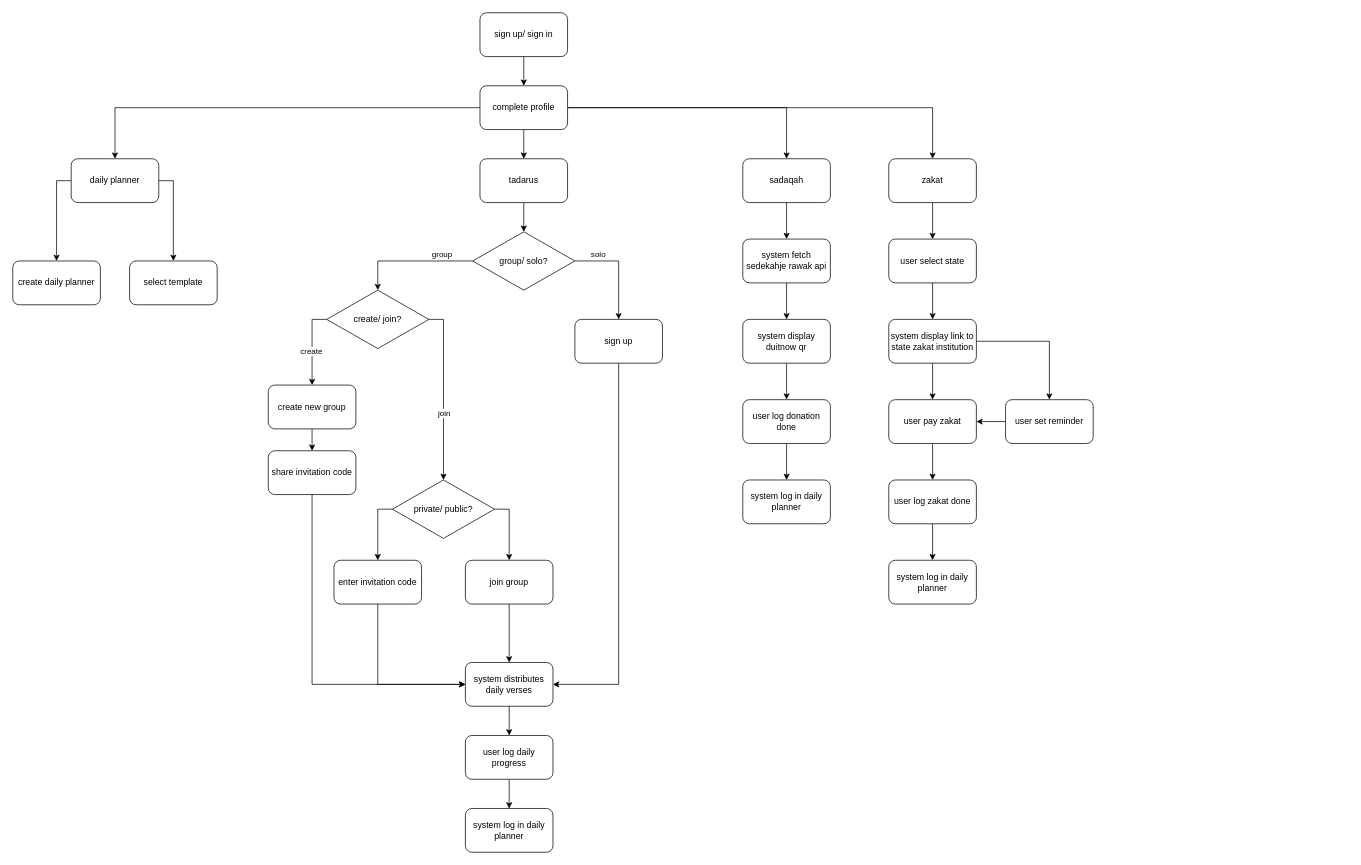
Above: sedekahje-flowchart.drawio in khrnchn/tadarus (draw.io), before the change. Source tidied: cells renumbered, new cells numbered last; positions are measured from the earlier drawing's top-left corner, leaving out a move shared by most shapes. Both pictures are drawn from the tidied source at 73%, with x=0, y=0 at pixel (12, 12).
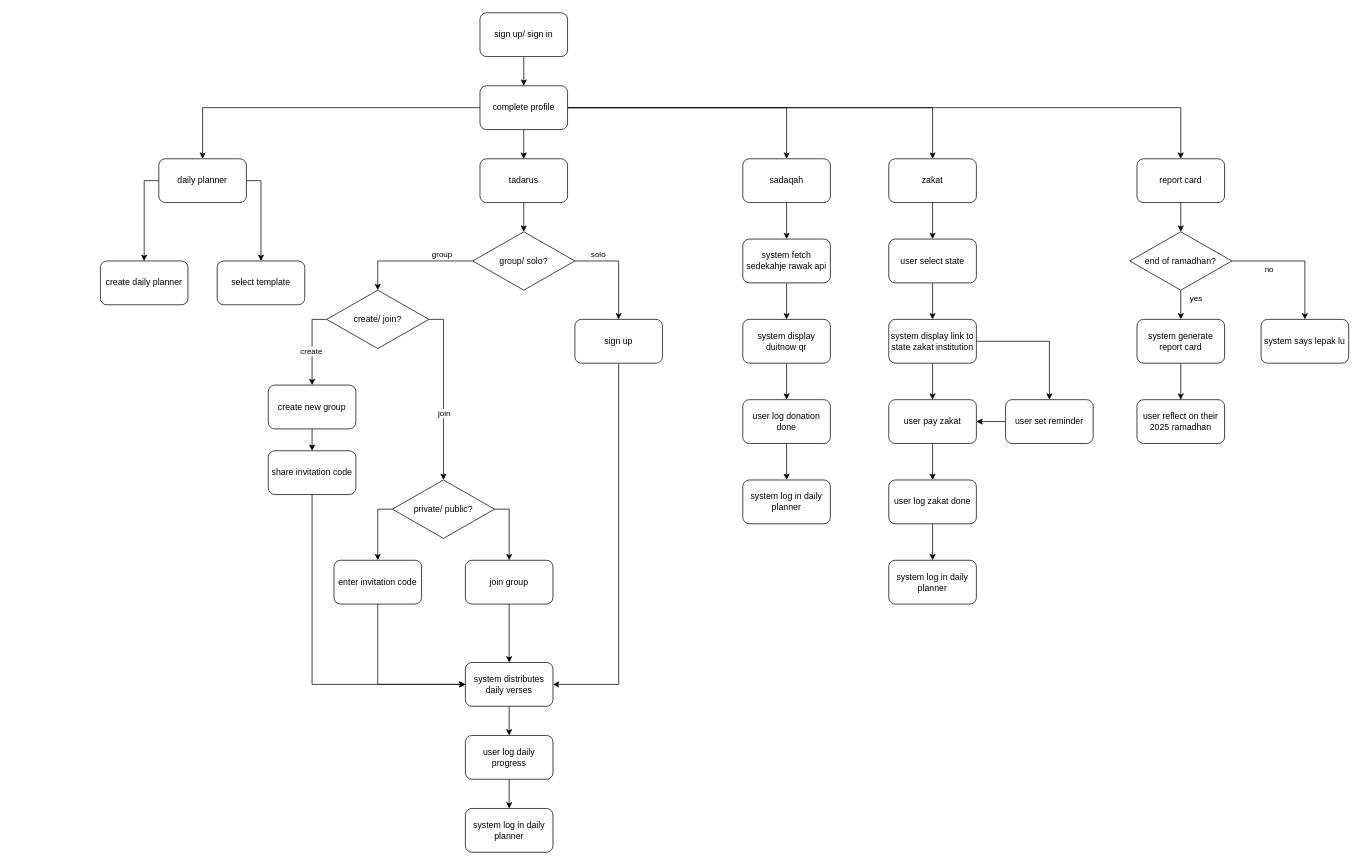
The same page after the edit.

Commit message:
add report card flow

Unchanged cells that the change refers to:
```xml
<mxCell id="25" value="complete profile" style="rounded=1;whiteSpace=wrap;html=1;" parent="1" vertex="1">
  <mxGeometry x="640" y="100" width="120" height="60" as="geometry" />
</mxCell>
```

The edit, as a diff of the source:
```diff
@@
+    <mxCell id="67" style="edgeStyle=orthogonalEdgeStyle;rounded=0;jettySize=auto;html=1;exitX=1;exitY=0.5;exitDx=0;exitDy=0;entryX=0.5;entryY=0;entryDx=0;entryDy=0;" parent="1" edge="1" source="25" target="69">
+      <mxGeometry relative="1" as="geometry" />
+    </mxCell>
@@
     <mxCell id="61" value="daily planner" style="rounded=1;whiteSpace=wrap;html=1;" parent="1" vertex="1">
-      <mxGeometry x="80" y="200" width="120" height="60" as="geometry" />
+      <mxGeometry x="200" y="200" width="120" height="60" as="geometry" />
     </mxCell>
@@
     <mxCell id="63" value="select template" style="rounded=1;whiteSpace=wrap;html=1;" parent="1" vertex="1">
-      <mxGeometry x="160" y="340" width="120" height="60" as="geometry" />
+      <mxGeometry x="280" y="340" width="120" height="60" as="geometry" />
     </mxCell>
     <mxCell id="64" value="create daily planner" style="rounded=1;whiteSpace=wrap;html=1;" parent="1" vertex="1">
-      <mxGeometry y="340" width="120" height="60" as="geometry" />
+      <mxGeometry x="120" y="340" width="120" height="60" as="geometry" />
     </mxCell>
@@
+    <mxCell id="68" style="edgeStyle=orthogonalEdgeStyle;rounded=0;jettySize=auto;html=1;exitX=0.5;exitY=1;exitDx=0;exitDy=0;entryX=0.5;entryY=0;entryDx=0;entryDy=0;" parent="1" edge="1" source="69" target="74">
+      <mxGeometry relative="1" as="geometry" />
+    </mxCell>
+    <mxCell id="69" value="report card" style="rounded=1;whiteSpace=wrap;html=1;" parent="1" vertex="1">
+      <mxGeometry x="1540" y="200" width="120" height="60" as="geometry" />
+    </mxCell>
+    <mxCell id="70" style="edgeStyle=orthogonalEdgeStyle;rounded=0;jettySize=auto;html=1;exitX=0.5;exitY=1;exitDx=0;exitDy=0;entryX=0.5;entryY=0;entryDx=0;entryDy=0;" parent="1" edge="1" source="74" target="76">
+      <mxGeometry relative="1" as="geometry" />
+    </mxCell>
+    <mxCell id="71" value="yes" style="edgeLabel;html=1;align=center;verticalAlign=middle;" parent="70" vertex="1">
+      <mxGeometry x="-0.03" y="-1" relative="1" as="geometry">
+        <mxPoint x="21" y="-9" as="offset" />
+      </mxGeometry>
+    </mxCell>
+    <mxCell id="72" value="no" style="edgeLabel;html=1;align=center;verticalAlign=middle;" parent="70" vertex="1">
+      <mxGeometry x="-0.03" y="-1" relative="1" as="geometry">
+        <mxPoint x="121" y="-49" as="offset" />
+      </mxGeometry>
+    </mxCell>
+    <mxCell id="73" style="edgeStyle=orthogonalEdgeStyle;rounded=0;jettySize=auto;html=1;exitX=1;exitY=0.5;exitDx=0;exitDy=0;entryX=0.5;entryY=0;entryDx=0;entryDy=0;" parent="1" edge="1" source="74" target="77">
+      <mxGeometry relative="1" as="geometry" />
+    </mxCell>
+    <mxCell id="74" value="end of ramadhan?" style="rhombus;whiteSpace=wrap;html=1;" parent="1" vertex="1">
+      <mxGeometry x="1530" y="300" width="140" height="80" as="geometry" />
+    </mxCell>
+    <mxCell id="75" style="edgeStyle=orthogonalEdgeStyle;rounded=0;jettySize=auto;html=1;exitX=0.5;exitY=1;exitDx=0;exitDy=0;entryX=0.5;entryY=0;entryDx=0;entryDy=0;" parent="1" edge="1" source="76" target="78">
+      <mxGeometry relative="1" as="geometry" />
+    </mxCell>
+    <mxCell id="76" value="system generate report card" style="rounded=1;whiteSpace=wrap;html=1;" parent="1" vertex="1">
+      <mxGeometry x="1540" y="420" width="120" height="60" as="geometry" />
+    </mxCell>
+    <mxCell id="77" value="system says lepak lu" style="rounded=1;whiteSpace=wrap;html=1;" parent="1" vertex="1">
+      <mxGeometry x="1710" y="420" width="120" height="60" as="geometry" />
+    </mxCell>
+    <mxCell id="78" value="user reflect on their 2025 ramadhan" style="rounded=1;whiteSpace=wrap;html=1;" parent="1" vertex="1">
+      <mxGeometry x="1540" y="530" width="120" height="60" as="geometry" />
+    </mxCell>
```
